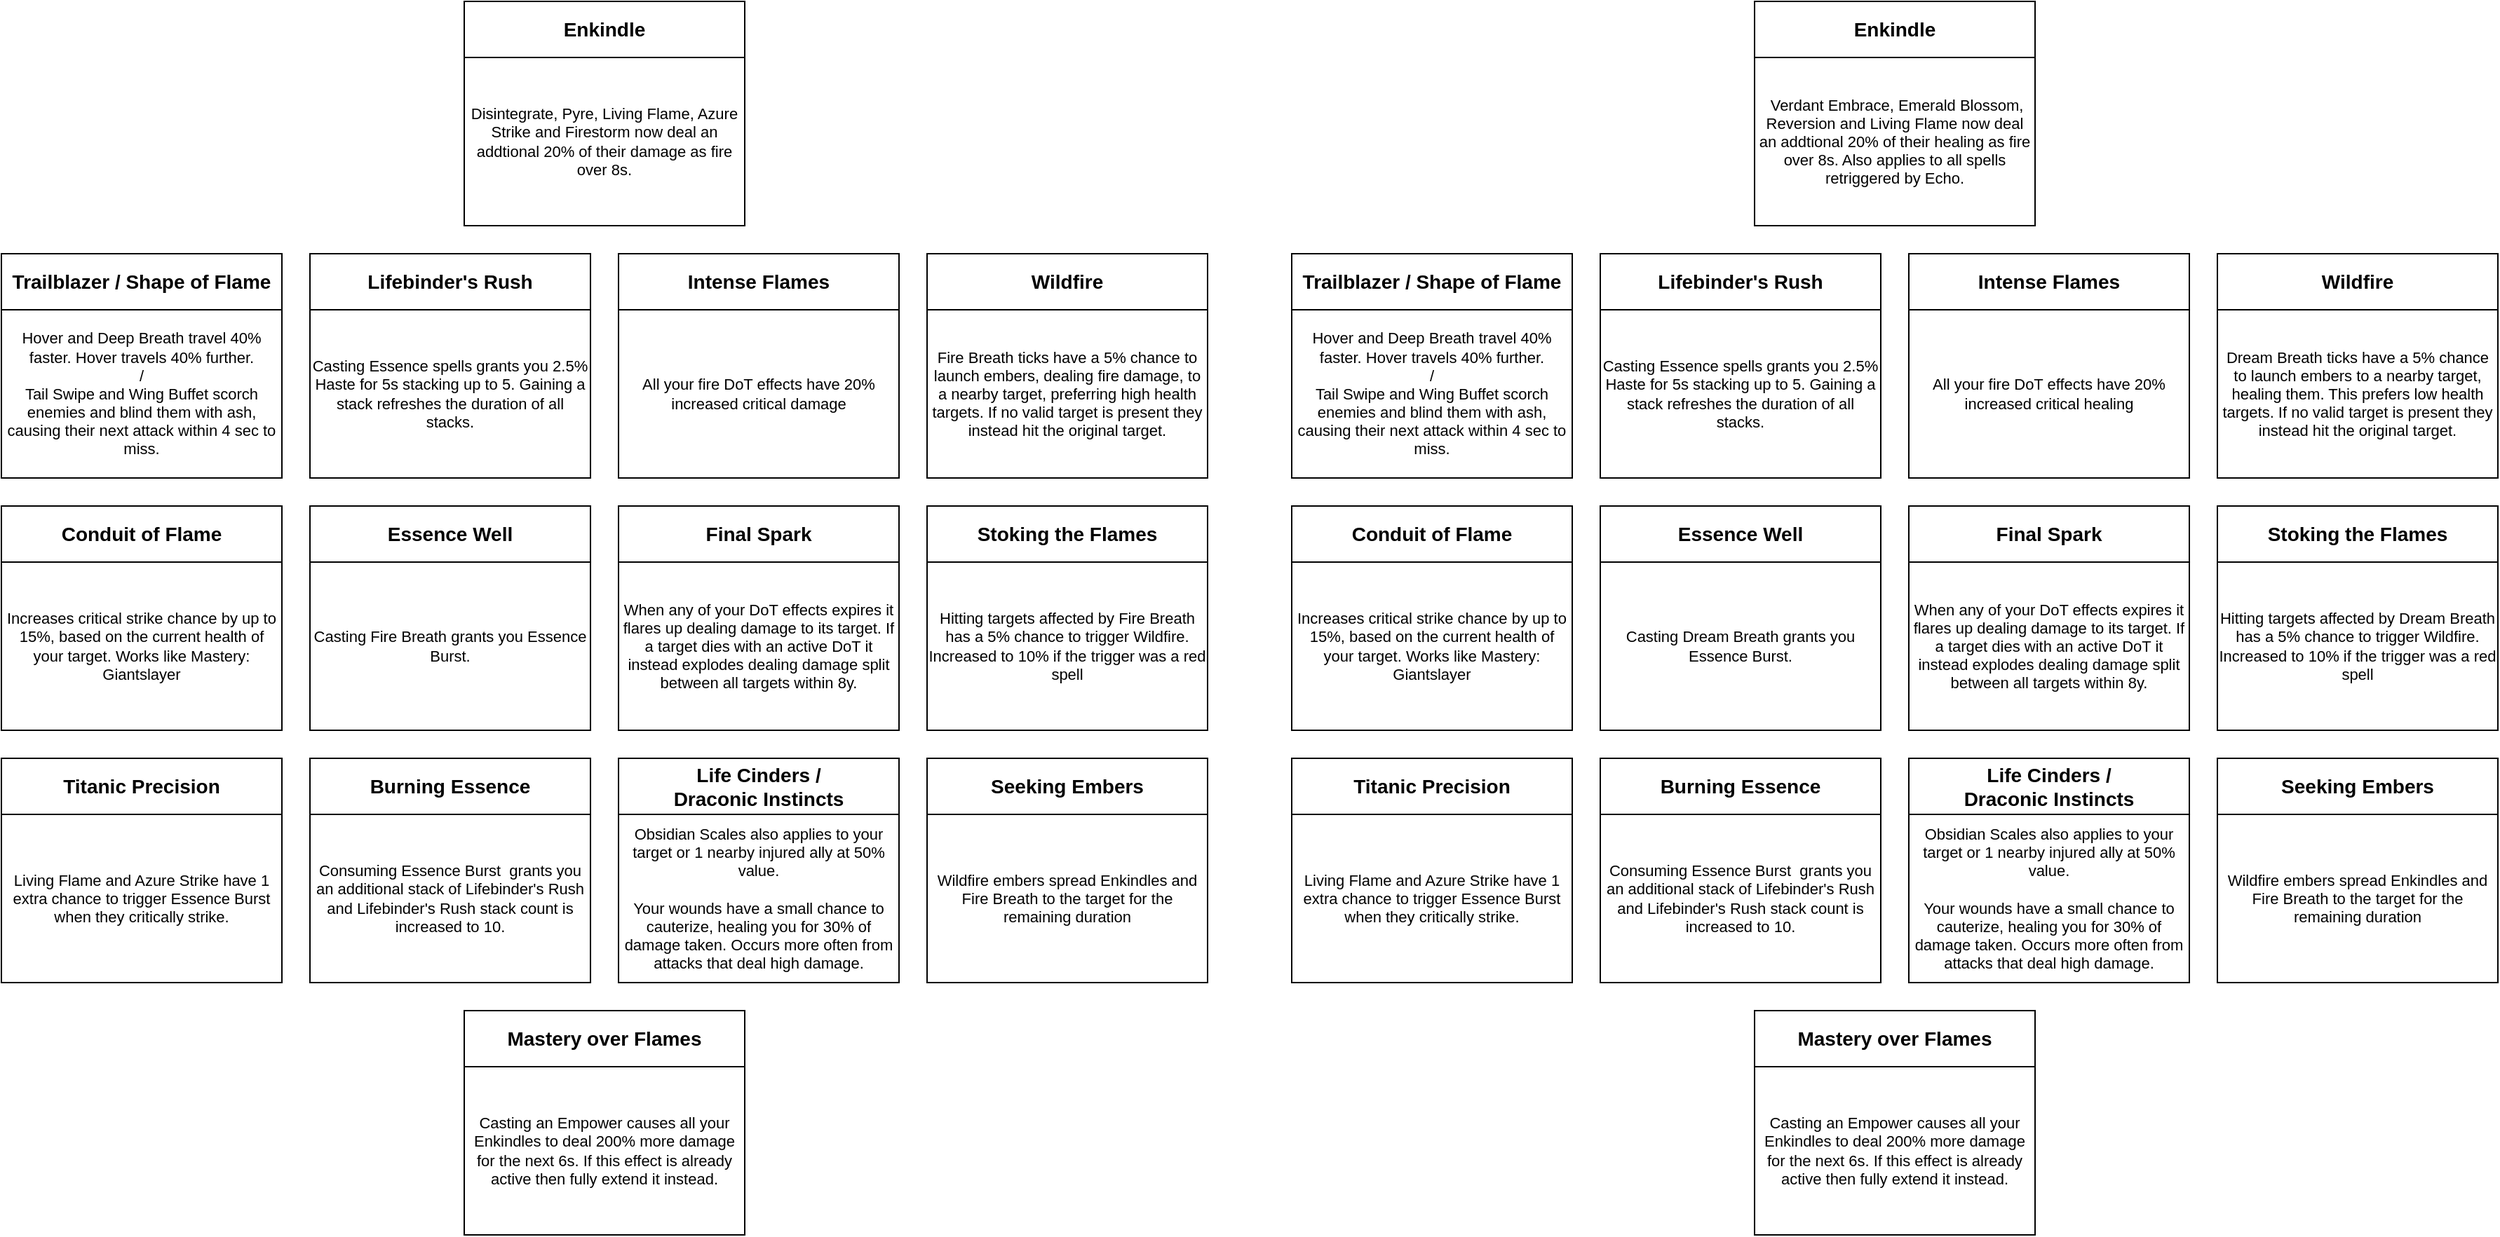
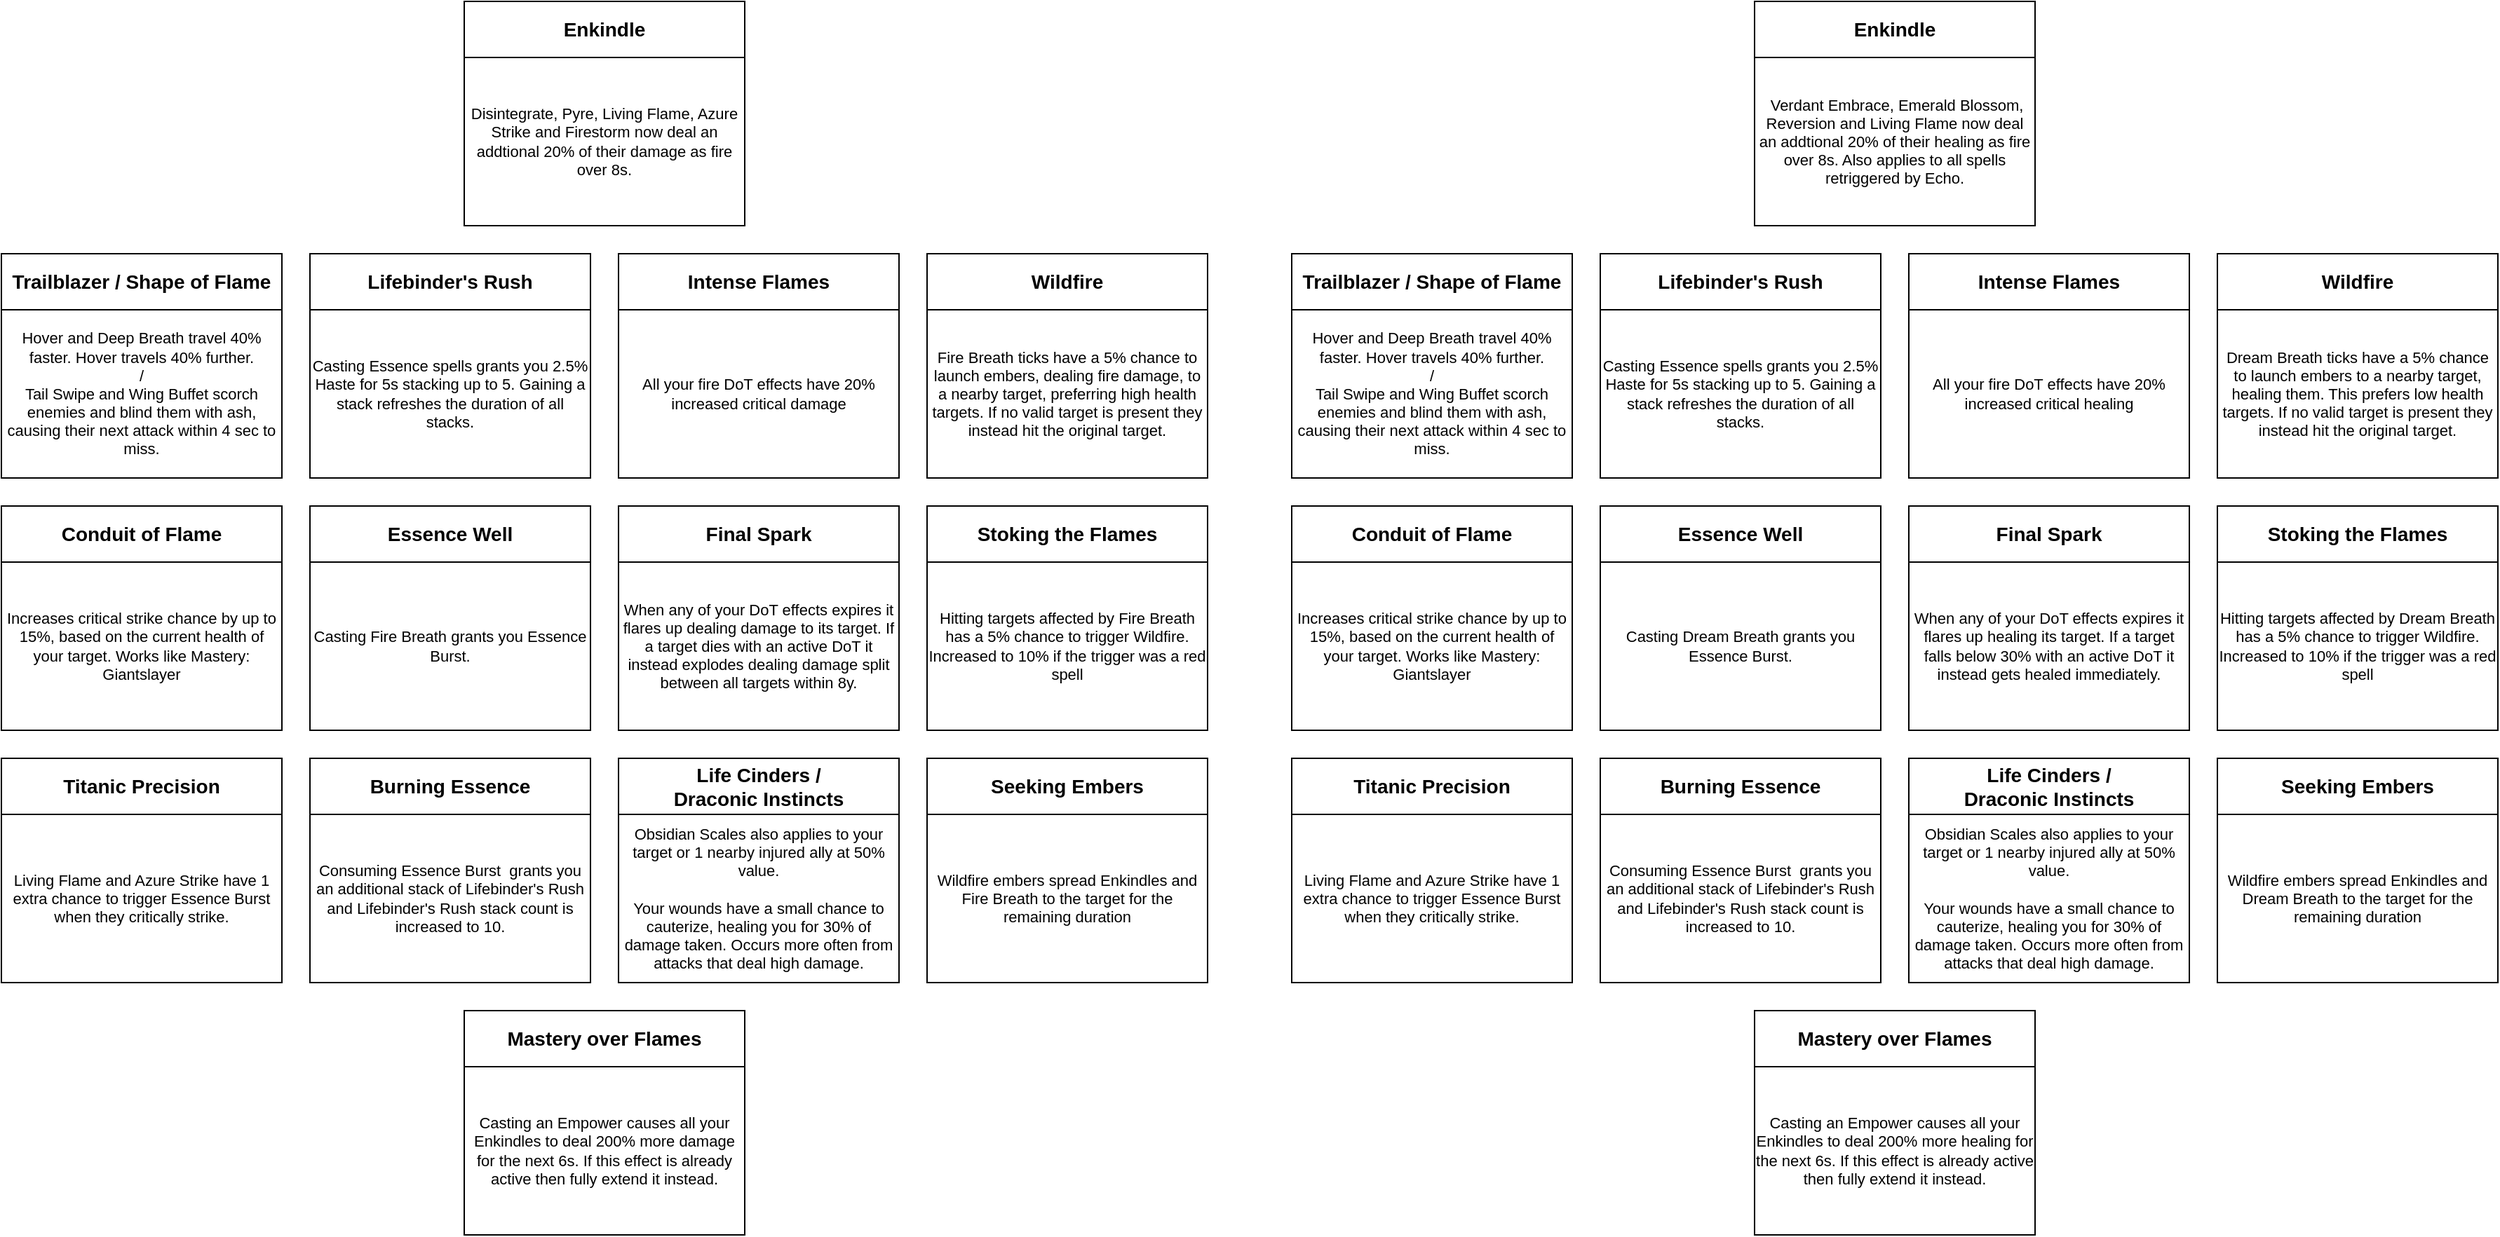
<mxfile host="app.diagrams.net" agent="Mozilla/5.0 (Windows NT 10.0; Win64; x64) AppleWebKit/537.36 (KHTML, like Gecko) Chrome/147.0.0.0 Safari/537.36 OPR/131.0.0.0" version="29.6.3">
  <diagram name="Page-1" id="7-C3C0MTsYJN3mklHAE3">
    <mxGraphModel dx="1153" dy="636" grid="1" gridSize="10" guides="1" tooltips="1" connect="1" arrows="1" fold="1" page="1" pageScale="1" pageWidth="850" pageHeight="1100" math="0" shadow="0">
      <root>
        <mxCell id="0" />
        <mxCell id="1" parent="0" />
        <mxCell id="CbpXHZAzieputpjHQbmu-1" parent="1" style="rounded=0;whiteSpace=wrap;html=1;fontColor=default;fontStyle=1;fontSize=14;" value="&lt;span&gt;Enkindle&lt;/span&gt;" vertex="1">
          <mxGeometry height="40" width="200" x="330" y="80" as="geometry" />
        </mxCell>
        <mxCell id="CbpXHZAzieputpjHQbmu-6" parent="1" style="rounded=0;whiteSpace=wrap;html=1;verticalAlign=middle;fontSize=11;fontStyle=0" value="Disintegrate, Pyre, Living Flame, Azure Strike and Firestorm now deal an addtional 20% of their damage as fire over 8s." vertex="1">
          <mxGeometry height="120" width="200" x="330" y="120" as="geometry" />
        </mxCell>
        <mxCell id="CbpXHZAzieputpjHQbmu-7" parent="1" style="rounded=0;whiteSpace=wrap;html=1;fontColor=default;fontStyle=1;fontSize=14;" value="Essence Well" vertex="1">
          <mxGeometry height="40" width="200" x="220" y="440" as="geometry" />
        </mxCell>
        <mxCell id="CbpXHZAzieputpjHQbmu-8" parent="1" style="rounded=0;whiteSpace=wrap;html=1;fontSize=11;" value="Casting Fire Breath grants you Essence Burst." vertex="1">
          <mxGeometry height="120" width="200" x="220" y="480" as="geometry" />
        </mxCell>
        <mxCell id="CbpXHZAzieputpjHQbmu-9" parent="1" style="rounded=0;whiteSpace=wrap;html=1;fontColor=default;fontStyle=1;fontSize=14;" value="&lt;span&gt;&lt;font&gt;Trailblazer / Shape of Flame&lt;/font&gt;&lt;/span&gt;" vertex="1">
          <mxGeometry height="40" width="200" y="260" as="geometry" />
        </mxCell>
        <mxCell id="CbpXHZAzieputpjHQbmu-10" parent="1" style="rounded=0;whiteSpace=wrap;html=1;fontSize=11;" value="Hover and Deep Breath travel 40% faster. Hover travels 40% further.&lt;div&gt;/&lt;/div&gt;&lt;div&gt;Tail Swipe and Wing Buffet scorch enemies and blind them with ash, causing their next attack within 4 sec to miss.&lt;/div&gt;" vertex="1">
          <mxGeometry height="120" width="200" y="300" as="geometry" />
        </mxCell>
        <mxCell id="CbpXHZAzieputpjHQbmu-11" parent="1" style="rounded=0;whiteSpace=wrap;html=1;fontColor=default;fontStyle=1;fontSize=14;" value="&lt;span&gt;&lt;span&gt;Conduit of Flame&lt;/span&gt;&lt;/span&gt;" vertex="1">
          <mxGeometry height="40" width="200" y="440" as="geometry" />
        </mxCell>
        <mxCell id="CbpXHZAzieputpjHQbmu-12" parent="1" style="rounded=0;whiteSpace=wrap;html=1;fontSize=11;" value="Increases critical strike chance by up to 15%, based on the current health of your target. Works like Mastery: Giantslayer" vertex="1">
          <mxGeometry height="120" width="200" y="480" as="geometry" />
        </mxCell>
        <mxCell id="CbpXHZAzieputpjHQbmu-14" parent="1" style="rounded=0;whiteSpace=wrap;html=1;fontColor=default;fontStyle=1;fontSize=14;" value="&lt;span&gt;&lt;span&gt;Titanic Precision&lt;/span&gt;&lt;/span&gt;" vertex="1">
          <mxGeometry height="40" width="200" y="620" as="geometry" />
        </mxCell>
        <mxCell id="CbpXHZAzieputpjHQbmu-15" parent="1" style="rounded=0;whiteSpace=wrap;html=1;fontSize=11;" value="&lt;div&gt;&lt;span style=&quot;background-color: transparent; color: light-dark(rgb(0, 0, 0), rgb(255, 255, 255));&quot;&gt;Living Flame and Azure Strike have 1 extra chance to trigger Essence Burst when they critically strike.&lt;/span&gt;&lt;/div&gt;" vertex="1">
          <mxGeometry height="120" width="200" y="660" as="geometry" />
        </mxCell>
        <mxCell id="CbpXHZAzieputpjHQbmu-16" parent="1" style="rounded=0;whiteSpace=wrap;html=1;fontColor=default;fontStyle=1;fontSize=14;" value="Lifebinder&#39;s Rush" vertex="1">
          <mxGeometry height="40" width="200" x="220" y="260" as="geometry" />
        </mxCell>
        <mxCell id="CbpXHZAzieputpjHQbmu-17" parent="1" style="rounded=0;whiteSpace=wrap;html=1;fontSize=11;" value="Casting Essence spells grants you 2.5% Haste for 5s stacking up to 5. Gaining a stack refreshes the duration of all stacks." vertex="1">
          <mxGeometry height="120" width="200" x="220" y="300" as="geometry" />
        </mxCell>
        <mxCell id="CbpXHZAzieputpjHQbmu-18" parent="1" style="rounded=0;whiteSpace=wrap;html=1;fontColor=default;fontStyle=1;fontSize=14;" value="Burning Essence" vertex="1">
          <mxGeometry height="40" width="200" x="220" y="620" as="geometry" />
        </mxCell>
        <mxCell id="CbpXHZAzieputpjHQbmu-19" parent="1" style="rounded=0;whiteSpace=wrap;html=1;fontSize=11;" value="Consuming Essence Burst&amp;nbsp; grants you an additional stack of Lifebinder&#39;s Rush and Lifebinder&#39;s Rush stack count is increased to 10." vertex="1">
          <mxGeometry height="120" width="200" x="220" y="660" as="geometry" />
        </mxCell>
        <mxCell id="CbpXHZAzieputpjHQbmu-20" parent="1" style="rounded=0;whiteSpace=wrap;html=1;fontColor=default;fontStyle=1;fontSize=14;" value="Intense Flames" vertex="1">
          <mxGeometry height="40" width="200" x="440" y="260" as="geometry" />
        </mxCell>
        <mxCell id="CbpXHZAzieputpjHQbmu-21" parent="1" style="rounded=0;whiteSpace=wrap;html=1;fontSize=11;" value="All your fire DoT effects have 20% increased critical damage" vertex="1">
          <mxGeometry height="120" width="200" x="440" y="300" as="geometry" />
        </mxCell>
        <mxCell id="CbpXHZAzieputpjHQbmu-22" parent="1" style="rounded=0;whiteSpace=wrap;html=1;fontColor=default;fontStyle=1;fontSize=14;" value="Final Spark" vertex="1">
          <mxGeometry height="40" width="200" x="440" y="440" as="geometry" />
        </mxCell>
        <mxCell id="CbpXHZAzieputpjHQbmu-23" parent="1" style="rounded=0;whiteSpace=wrap;html=1;fontSize=11;" value="When any of your DoT effects expires it flares up dealing damage to its target. If a target dies with an active DoT it instead explodes dealing damage split between all targets within 8y." vertex="1">
          <mxGeometry height="120" width="200" x="440" y="480" as="geometry" />
        </mxCell>
        <mxCell id="CbpXHZAzieputpjHQbmu-24" parent="1" style="rounded=0;whiteSpace=wrap;html=1;fontColor=default;fontStyle=1;fontSize=14;" value="&lt;span&gt;Life Cinders / &lt;br&gt;Draconic Instincts&lt;/span&gt;" vertex="1">
          <mxGeometry height="40" width="200" x="440" y="620" as="geometry" />
        </mxCell>
        <mxCell id="CbpXHZAzieputpjHQbmu-25" parent="1" style="rounded=0;whiteSpace=wrap;html=1;fontSize=11;" value="Obsidian Scales also applies to your target or 1 nearby injured ally at 50% value.&lt;div&gt;&lt;br&gt;&lt;div&gt;Your wounds have a small chance to cauterize, healing you for 30% of damage taken. Occurs more often from attacks that deal high damage.&lt;/div&gt;&lt;/div&gt;" vertex="1">
          <mxGeometry height="120" width="200" x="440" y="660" as="geometry" />
        </mxCell>
        <mxCell id="CbpXHZAzieputpjHQbmu-26" parent="1" style="rounded=0;whiteSpace=wrap;html=1;fontColor=default;fontStyle=1;fontSize=14;" value="&lt;span&gt;Wildfire&lt;/span&gt;" vertex="1">
          <mxGeometry height="40" width="200" x="660" y="260" as="geometry" />
        </mxCell>
        <mxCell id="CbpXHZAzieputpjHQbmu-27" parent="1" style="rounded=0;whiteSpace=wrap;html=1;fontSize=11;" value="Fire Breath ticks have a 5% chance to launch embers, dealing fire damage, to a nearby target, preferring high health targets. If no valid target is present they instead hit the original target." vertex="1">
          <mxGeometry height="120" width="200" x="660" y="300" as="geometry" />
        </mxCell>
        <mxCell id="CbpXHZAzieputpjHQbmu-28" parent="1" style="rounded=0;whiteSpace=wrap;html=1;fontColor=default;fontSize=14;fontStyle=1" value="&lt;span&gt;Stoking the Flames&lt;/span&gt;" vertex="1">
          <mxGeometry height="40" width="200" x="660" y="440" as="geometry" />
        </mxCell>
        <mxCell id="CbpXHZAzieputpjHQbmu-29" parent="1" style="rounded=0;whiteSpace=wrap;html=1;fontSize=11;" value="Hitting targets affected by Fire Breath has a 5% chance to trigger Wildfire. Increased to 10% if the trigger was a red spell" vertex="1">
          <mxGeometry height="120" width="200" x="660" y="480" as="geometry" />
        </mxCell>
        <mxCell id="CbpXHZAzieputpjHQbmu-30" parent="1" style="rounded=0;whiteSpace=wrap;html=1;fontColor=default;fontStyle=1;fontSize=14;" value="&lt;span&gt;&lt;font&gt;Seeking Embers&lt;/font&gt;&lt;/span&gt;" vertex="1">
          <mxGeometry height="40" width="200" x="660" y="620" as="geometry" />
        </mxCell>
        <mxCell id="CbpXHZAzieputpjHQbmu-31" parent="1" style="rounded=0;whiteSpace=wrap;html=1;fontSize=11;" value="Wildfire embers spread Enkindles and Fire Breath to the target for the remaining duration" vertex="1">
          <mxGeometry height="120" width="200" x="660" y="660" as="geometry" />
        </mxCell>
        <mxCell id="CbpXHZAzieputpjHQbmu-32" parent="1" style="rounded=0;whiteSpace=wrap;html=1;fontColor=default;fontStyle=1" value="&lt;span style=&quot;font-size: 14px;&quot;&gt;Mastery over Flames&lt;/span&gt;" vertex="1">
          <mxGeometry height="40" width="200" x="330" y="800" as="geometry" />
        </mxCell>
        <mxCell id="CbpXHZAzieputpjHQbmu-33" parent="1" style="rounded=0;whiteSpace=wrap;html=1;verticalAlign=middle;fontSize=11;" value="Casting an Empower causes all your Enkindles to deal 200% more damage for the next 6s. If this effect is already active then fully extend it instead." vertex="1">
          <mxGeometry height="120" width="200" x="330" y="840" as="geometry" />
        </mxCell>
        <mxCell id="ExkhEfNAmdtYAn1Fs_e5-1" parent="1" style="rounded=0;whiteSpace=wrap;html=1;fontColor=default;fontStyle=1;fontSize=14;" value="&lt;span&gt;Enkindle&lt;/span&gt;" vertex="1">
          <mxGeometry height="40" width="200" x="1250" y="80" as="geometry" />
        </mxCell>
        <mxCell id="ExkhEfNAmdtYAn1Fs_e5-2" parent="1" style="rounded=0;whiteSpace=wrap;html=1;verticalAlign=middle;fontSize=11;fontStyle=0" value="&amp;nbsp;Verdant Embrace, Emerald Blossom, Reversion and Living Flame now deal an addtional 20% of their healing as fire over 8s. Also applies to all spells retriggered by Echo." vertex="1">
          <mxGeometry height="120" width="200" x="1250" y="120" as="geometry" />
        </mxCell>
        <mxCell id="ExkhEfNAmdtYAn1Fs_e5-3" parent="1" style="rounded=0;whiteSpace=wrap;html=1;fontColor=default;fontStyle=1;fontSize=14;" value="Essence Well" vertex="1">
          <mxGeometry height="40" width="200" x="1140" y="440" as="geometry" />
        </mxCell>
        <mxCell id="ExkhEfNAmdtYAn1Fs_e5-4" parent="1" style="rounded=0;whiteSpace=wrap;html=1;fontSize=11;" value="Casting Dream Breath grants you Essence Burst." vertex="1">
          <mxGeometry height="120" width="200" x="1140" y="480" as="geometry" />
        </mxCell>
        <mxCell id="ExkhEfNAmdtYAn1Fs_e5-5" parent="1" style="rounded=0;whiteSpace=wrap;html=1;fontColor=default;fontStyle=1;fontSize=14;" value="&lt;span&gt;&lt;font&gt;Trailblazer / Shape of Flame&lt;/font&gt;&lt;/span&gt;" vertex="1">
          <mxGeometry height="40" width="200" x="920" y="260" as="geometry" />
        </mxCell>
        <mxCell id="ExkhEfNAmdtYAn1Fs_e5-6" parent="1" style="rounded=0;whiteSpace=wrap;html=1;fontSize=11;" value="Hover and Deep Breath travel 40% faster. Hover travels 40% further.&lt;div&gt;/&lt;/div&gt;&lt;div&gt;Tail Swipe and Wing Buffet scorch enemies and blind them with ash, causing their next attack within 4 sec to miss.&lt;/div&gt;" vertex="1">
          <mxGeometry height="120" width="200" x="920" y="300" as="geometry" />
        </mxCell>
        <mxCell id="ExkhEfNAmdtYAn1Fs_e5-7" parent="1" style="rounded=0;whiteSpace=wrap;html=1;fontColor=default;fontStyle=1;fontSize=14;" value="&lt;span&gt;&lt;span&gt;Conduit of Flame&lt;/span&gt;&lt;/span&gt;" vertex="1">
          <mxGeometry height="40" width="200" x="920" y="440" as="geometry" />
        </mxCell>
        <mxCell id="ExkhEfNAmdtYAn1Fs_e5-8" parent="1" style="rounded=0;whiteSpace=wrap;html=1;fontSize=11;" value="Increases critical strike chance by up to 15%, based on the current health of your target. Works like Mastery: Giantslayer" vertex="1">
          <mxGeometry height="120" width="200" x="920" y="480" as="geometry" />
        </mxCell>
        <mxCell id="ExkhEfNAmdtYAn1Fs_e5-9" parent="1" style="rounded=0;whiteSpace=wrap;html=1;fontColor=default;fontStyle=1;fontSize=14;" value="&lt;span&gt;&lt;span&gt;Titanic Precision&lt;/span&gt;&lt;/span&gt;" vertex="1">
          <mxGeometry height="40" width="200" x="920" y="620" as="geometry" />
        </mxCell>
        <mxCell id="ExkhEfNAmdtYAn1Fs_e5-10" parent="1" style="rounded=0;whiteSpace=wrap;html=1;fontSize=11;" value="&lt;div&gt;&lt;span style=&quot;background-color: transparent; color: light-dark(rgb(0, 0, 0), rgb(255, 255, 255));&quot;&gt;Living Flame and Azure Strike have 1 extra chance to trigger Essence Burst when they critically strike.&lt;/span&gt;&lt;/div&gt;" vertex="1">
          <mxGeometry height="120" width="200" x="920" y="660" as="geometry" />
        </mxCell>
        <mxCell id="ExkhEfNAmdtYAn1Fs_e5-11" parent="1" style="rounded=0;whiteSpace=wrap;html=1;fontColor=default;fontStyle=1;fontSize=14;" value="Lifebinder&#39;s Rush" vertex="1">
          <mxGeometry height="40" width="200" x="1140" y="260" as="geometry" />
        </mxCell>
        <mxCell id="ExkhEfNAmdtYAn1Fs_e5-12" parent="1" style="rounded=0;whiteSpace=wrap;html=1;fontSize=11;" value="Casting Essence spells grants you 2.5% Haste for 5s stacking up to 5. Gaining a stack refreshes the duration of all stacks." vertex="1">
          <mxGeometry height="120" width="200" x="1140" y="300" as="geometry" />
        </mxCell>
        <mxCell id="ExkhEfNAmdtYAn1Fs_e5-13" parent="1" style="rounded=0;whiteSpace=wrap;html=1;fontColor=default;fontStyle=1;fontSize=14;" value="Burning Essence" vertex="1">
          <mxGeometry height="40" width="200" x="1140" y="620" as="geometry" />
        </mxCell>
        <mxCell id="ExkhEfNAmdtYAn1Fs_e5-14" parent="1" style="rounded=0;whiteSpace=wrap;html=1;fontSize=11;" value="Consuming Essence Burst&amp;nbsp; grants you an additional stack of Lifebinder&#39;s Rush and Lifebinder&#39;s Rush stack count is increased to 10." vertex="1">
          <mxGeometry height="120" width="200" x="1140" y="660" as="geometry" />
        </mxCell>
        <mxCell id="ExkhEfNAmdtYAn1Fs_e5-15" parent="1" style="rounded=0;whiteSpace=wrap;html=1;fontColor=default;fontStyle=1;fontSize=14;" value="Intense Flames" vertex="1">
          <mxGeometry height="40" width="200" x="1360" y="260" as="geometry" />
        </mxCell>
        <mxCell id="ExkhEfNAmdtYAn1Fs_e5-16" parent="1" style="rounded=0;whiteSpace=wrap;html=1;fontSize=11;" value="All your fire DoT effects have 20% increased critical healing" vertex="1">
          <mxGeometry height="120" width="200" x="1360" y="300" as="geometry" />
        </mxCell>
        <mxCell id="ExkhEfNAmdtYAn1Fs_e5-17" parent="1" style="rounded=0;whiteSpace=wrap;html=1;fontColor=default;fontStyle=1;fontSize=14;" value="Final Spark" vertex="1">
          <mxGeometry height="40" width="200" x="1360" y="440" as="geometry" />
        </mxCell>
-         <mxCell id="ExkhEfNAmdtYAn1Fs_e5-18" parent="1" style="rounded=0;whiteSpace=wrap;html=1;fontSize=11;" value="When any of your DoT effects expires it flares up dealing damage to its target. If a target dies with an active DoT it instead explodes dealing damage split between all targets within 8y." vertex="1">
+         <mxCell id="ExkhEfNAmdtYAn1Fs_e5-18" parent="1" style="rounded=0;whiteSpace=wrap;html=1;fontSize=11;" value="When any of your DoT effects expires it flares up healing its target. If a target falls below 30% with an active DoT it instead gets healed immediately." vertex="1">
          <mxGeometry height="120" width="200" x="1360" y="480" as="geometry" />
        </mxCell>
        <mxCell id="ExkhEfNAmdtYAn1Fs_e5-19" parent="1" style="rounded=0;whiteSpace=wrap;html=1;fontColor=default;fontStyle=1;fontSize=14;" value="&lt;span&gt;Life Cinders / &lt;br&gt;Draconic Instincts&lt;/span&gt;" vertex="1">
          <mxGeometry height="40" width="200" x="1360" y="620" as="geometry" />
        </mxCell>
        <mxCell id="ExkhEfNAmdtYAn1Fs_e5-20" parent="1" style="rounded=0;whiteSpace=wrap;html=1;fontSize=11;" value="Obsidian Scales also applies to your target or 1 nearby injured ally at 50% value.&lt;div&gt;&lt;br&gt;&lt;div&gt;Your wounds have a small chance to cauterize, healing you for 30% of damage taken. Occurs more often from attacks that deal high damage.&lt;/div&gt;&lt;/div&gt;" vertex="1">
          <mxGeometry height="120" width="200" x="1360" y="660" as="geometry" />
        </mxCell>
        <mxCell id="ExkhEfNAmdtYAn1Fs_e5-21" parent="1" style="rounded=0;whiteSpace=wrap;html=1;fontColor=default;fontStyle=1;fontSize=14;" value="&lt;span&gt;Wildfire&lt;/span&gt;" vertex="1">
          <mxGeometry height="40" width="200" x="1580" y="260" as="geometry" />
        </mxCell>
        <mxCell id="ExkhEfNAmdtYAn1Fs_e5-22" parent="1" style="rounded=0;whiteSpace=wrap;html=1;fontSize=11;" value="Dream Breath ticks have a 5% chance to launch embers to a nearby target, healing them. This prefers low health targets. If no valid target is present they instead hit the original target." vertex="1">
          <mxGeometry height="120" width="200" x="1580" y="300" as="geometry" />
        </mxCell>
        <mxCell id="ExkhEfNAmdtYAn1Fs_e5-23" parent="1" style="rounded=0;whiteSpace=wrap;html=1;fontColor=default;fontSize=14;fontStyle=1" value="&lt;span&gt;Stoking the Flames&lt;/span&gt;" vertex="1">
          <mxGeometry height="40" width="200" x="1580" y="440" as="geometry" />
        </mxCell>
        <mxCell id="ExkhEfNAmdtYAn1Fs_e5-24" parent="1" style="rounded=0;whiteSpace=wrap;html=1;fontSize=11;" value="Hitting targets affected by Dream Breath has a 5% chance to trigger Wildfire. Increased to 10% if the trigger was a red spell" vertex="1">
          <mxGeometry height="120" width="200" x="1580" y="480" as="geometry" />
        </mxCell>
        <mxCell id="ExkhEfNAmdtYAn1Fs_e5-25" parent="1" style="rounded=0;whiteSpace=wrap;html=1;fontColor=default;fontStyle=1;fontSize=14;" value="&lt;span&gt;&lt;font&gt;Seeking Embers&lt;/font&gt;&lt;/span&gt;" vertex="1">
          <mxGeometry height="40" width="200" x="1580" y="620" as="geometry" />
        </mxCell>
-         <mxCell id="ExkhEfNAmdtYAn1Fs_e5-26" parent="1" style="rounded=0;whiteSpace=wrap;html=1;fontSize=11;" value="Wildfire embers spread Enkindles and Fire Breath to the target for the remaining duration" vertex="1">
+         <mxCell id="ExkhEfNAmdtYAn1Fs_e5-26" parent="1" style="rounded=0;whiteSpace=wrap;html=1;fontSize=11;" value="Wildfire embers spread Enkindles and Dream Breath to the target for the remaining duration" vertex="1">
          <mxGeometry height="120" width="200" x="1580" y="660" as="geometry" />
        </mxCell>
        <mxCell id="ExkhEfNAmdtYAn1Fs_e5-27" parent="1" style="rounded=0;whiteSpace=wrap;html=1;fontColor=default;fontStyle=1" value="&lt;span style=&quot;font-size: 14px;&quot;&gt;Mastery over Flames&lt;/span&gt;" vertex="1">
          <mxGeometry height="40" width="200" x="1250" y="800" as="geometry" />
        </mxCell>
-         <mxCell id="ExkhEfNAmdtYAn1Fs_e5-28" parent="1" style="rounded=0;whiteSpace=wrap;html=1;verticalAlign=middle;fontSize=11;" value="Casting an Empower causes all your Enkindles to deal 200% more damage for the next 6s. If this effect is already active then fully extend it instead." vertex="1">
+         <mxCell id="ExkhEfNAmdtYAn1Fs_e5-28" parent="1" style="rounded=0;whiteSpace=wrap;html=1;verticalAlign=middle;fontSize=11;" value="Casting an Empower causes all your Enkindles to deal 200% more healing for the next 6s. If this effect is already active then fully extend it instead." vertex="1">
          <mxGeometry height="120" width="200" x="1250" y="840" as="geometry" />
        </mxCell>
      </root>
    </mxGraphModel>
  </diagram>
</mxfile>
